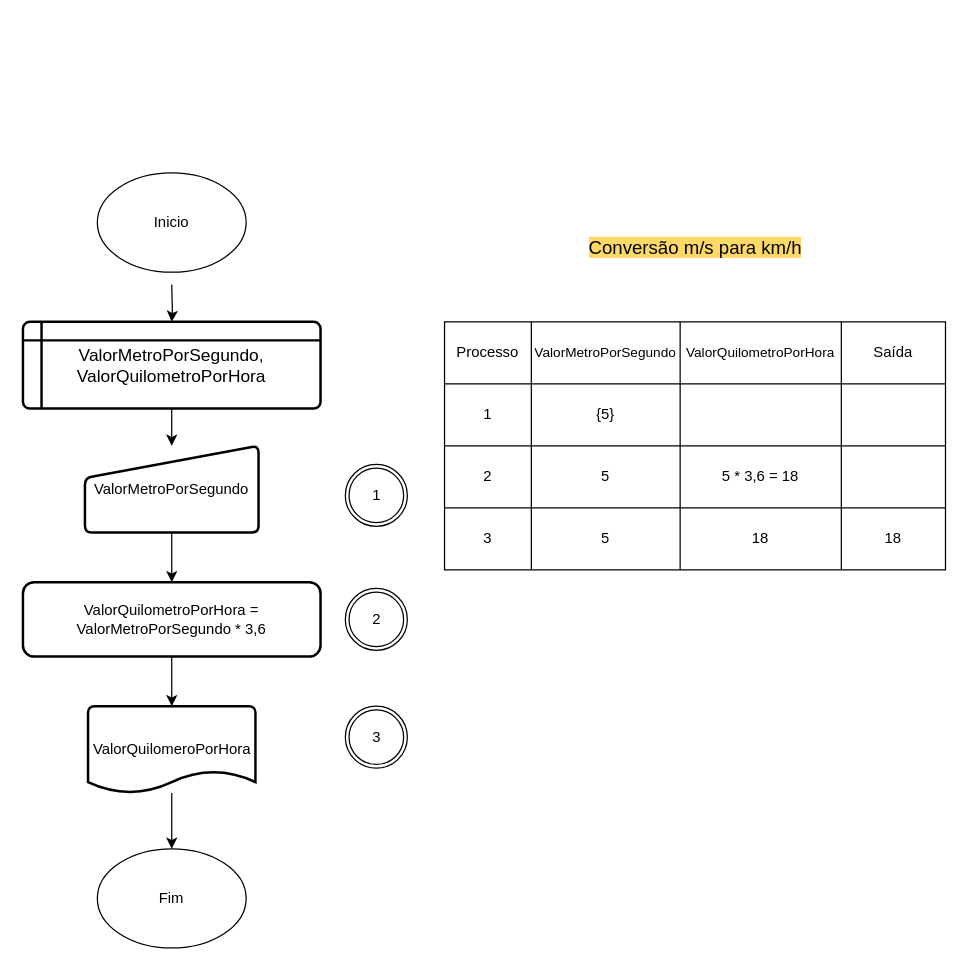
Above: ex 2 fluxograma.drawio in DanielAraujo1116/fatec-Eletronica-1600732011040-Daniel (draw.io), before the change. Source tidied: cells renumbered, new cells numbered last; positions are measured from the earlier drawing's top-left corner, leaving out a move shared by most shapes. Both pictures are drawn from the tidied source at 124%, with x=0, y=0 at pixel (22, 172).
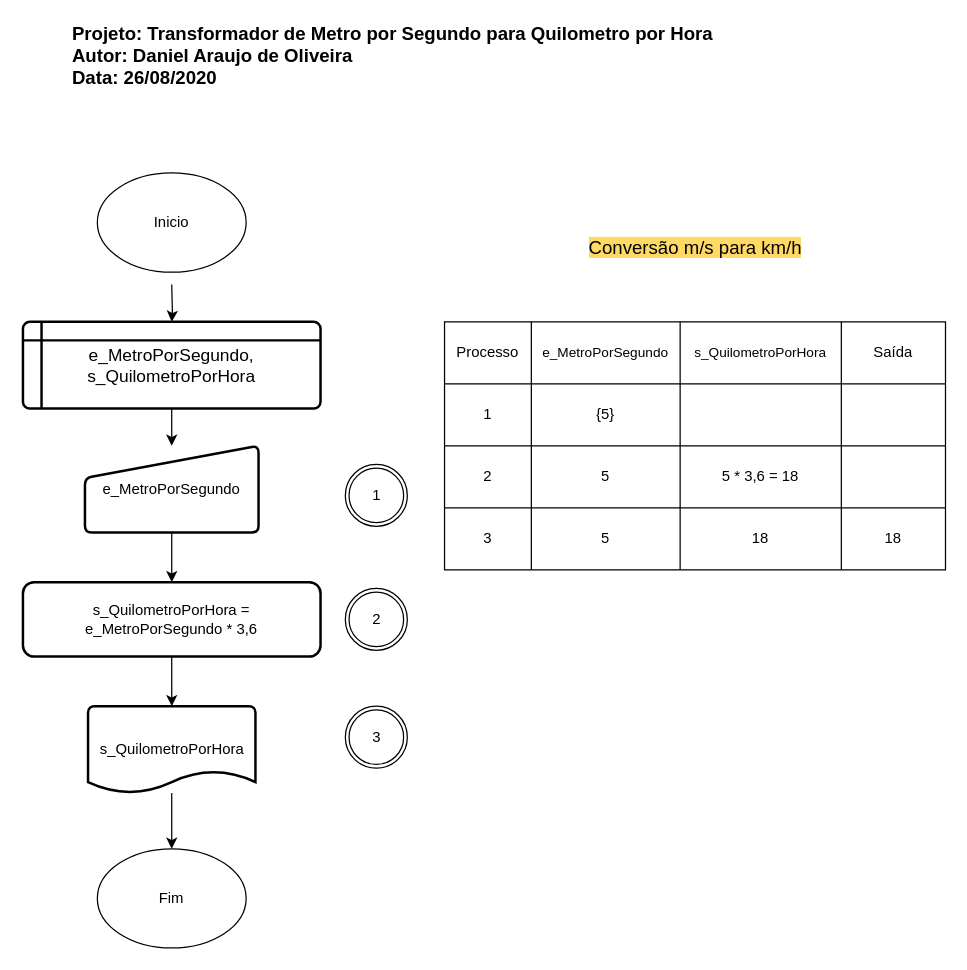
The same diagram, later.

Unchanged cells that the change refers to:
```xml
<mxCell id="13" style="shape=partialRectangle;html=1;whiteSpace=wrap;fillColor=none;top=0;left=0;bottom=0;right=0;" parent="12" vertex="1">
  <mxGeometry width="404" height="50" as="geometry" />
</mxCell>
```

What changed in the source:
```diff
@@
-    <mxCell id="4" value="&lt;font style=&quot;font-size: 12px&quot;&gt;ValorMetroPorSegundo&lt;/font&gt;" style="html=1;strokeWidth=2;shape=manualInput;whiteSpace=wrap;rounded=1;size=26;arcSize=11;" parent="1" vertex="1">
+    <mxCell id="4" value="&lt;font style=&quot;font-size: 12px&quot;&gt;e_MetroPorSegundo&lt;/font&gt;" style="html=1;strokeWidth=2;shape=manualInput;whiteSpace=wrap;rounded=1;size=26;arcSize=11;" parent="1" vertex="1">
       <mxGeometry x="50" y="220" width="140" height="70" as="geometry" />
     </mxCell>
@@
-    <mxCell id="6" value="&lt;span style=&quot;font-size: 14px&quot;&gt;ValorMetroPorSegundo, ValorQuilometroPorHora&lt;/span&gt;" style="shape=internalStorage;whiteSpace=wrap;html=1;dx=15;dy=15;rounded=1;arcSize=8;strokeWidth=2;" parent="1" vertex="1">
+    <mxCell id="6" value="&lt;span style=&quot;font-size: 14px&quot;&gt;e_MetroPorSegundo, s_QuilometroPorHora&lt;/span&gt;" style="shape=internalStorage;whiteSpace=wrap;html=1;dx=15;dy=15;rounded=1;arcSize=8;strokeWidth=2;" parent="1" vertex="1">
       <mxGeometry y="120" width="240" height="70" as="geometry" />
     </mxCell>
@@
-    <mxCell id="8" value="ValorQuilomeroPorHora" style="strokeWidth=2;html=1;shape=mxgraph.flowchart.document2;whiteSpace=wrap;size=0.25;" parent="1" vertex="1">
+    <mxCell id="8" value="s_QuilometroPorHora" style="strokeWidth=2;html=1;shape=mxgraph.flowchart.document2;whiteSpace=wrap;size=0.25;" parent="1" vertex="1">
       <mxGeometry x="52.5" y="430" width="135" height="70" as="geometry" />
     </mxCell>
@@
-    <mxCell id="10" value="ValorQuilometroPorHora = ValorMetroPorSegundo * 3,6" style="rounded=1;whiteSpace=wrap;html=1;strokeWidth=2;" parent="1" vertex="1">
+    <mxCell id="10" value="s_QuilometroPorHora = e_MetroPorSegundo * 3,6" style="rounded=1;whiteSpace=wrap;html=1;strokeWidth=2;" parent="1" vertex="1">
       <mxGeometry y="330" width="240" height="60" as="geometry" />
     </mxCell>
-    <mxCell id="11" value="Fim" style="ellipse;whiteSpace=wrap;html=1;" parent="1" vertex="1">
-      <mxGeometry x="60" y="545" width="120" height="80" as="geometry" />
-    </mxCell>
@@
-    <mxCell id="15" value="&lt;font style=&quot;font-size: 11px&quot;&gt;ValorMetroPorSegundo&lt;/font&gt;" style="shape=partialRectangle;html=1;whiteSpace=wrap;overflow=hidden;fillColor=none;top=0;left=0;bottom=0;right=0;" parent="13" vertex="1">
+    <mxCell id="15" value="&lt;font style=&quot;font-size: 11px&quot;&gt;e_MetroPorSegundo&lt;/font&gt;" style="shape=partialRectangle;html=1;whiteSpace=wrap;overflow=hidden;fillColor=none;top=0;left=0;bottom=0;right=0;" parent="13" vertex="1">
       <mxGeometry x="70" width="120" height="50" as="geometry" />
     </mxCell>
-    <mxCell id="16" value="&lt;font style=&quot;font-size: 11px&quot;&gt;ValorQuilometroPorHora&lt;/font&gt;" style="shape=partialRectangle;html=1;whiteSpace=wrap;overflow=hidden;fillColor=none;top=0;left=0;bottom=0;right=0;" parent="13" vertex="1">
+    <mxCell id="16" value="&lt;font style=&quot;font-size: 11px&quot;&gt;s_QuilometroPorHora&lt;/font&gt;" style="shape=partialRectangle;html=1;whiteSpace=wrap;overflow=hidden;fillColor=none;top=0;left=0;bottom=0;right=0;" parent="13" vertex="1">
       <mxGeometry x="190" width="130" height="50" as="geometry" />
     </mxCell>
@@
+    <mxCell id="11" value="Fim" style="ellipse;whiteSpace=wrap;html=1;" parent="1" vertex="1">
+      <mxGeometry x="60" y="545" width="120" height="80" as="geometry" />
+    </mxCell>
@@
+    <mxCell id="41" value="&lt;font style=&quot;font-size: 15px&quot;&gt;&lt;b&gt;Projeto: Transformador de Metro por Segundo para Quilometro por Hora&lt;br&gt;Autor: Daniel Araujo de Oliveira&lt;br&gt;Data: 26/08/2020&lt;/b&gt;&lt;/font&gt;" style="text;html=1;align=left;verticalAlign=middle;fillColor=none;strokeColor=none;rounded=0;" parent="1" vertex="1">
+      <mxGeometry x="38" y="-120" width="530" height="50" as="geometry" />
+    </mxCell>
```
